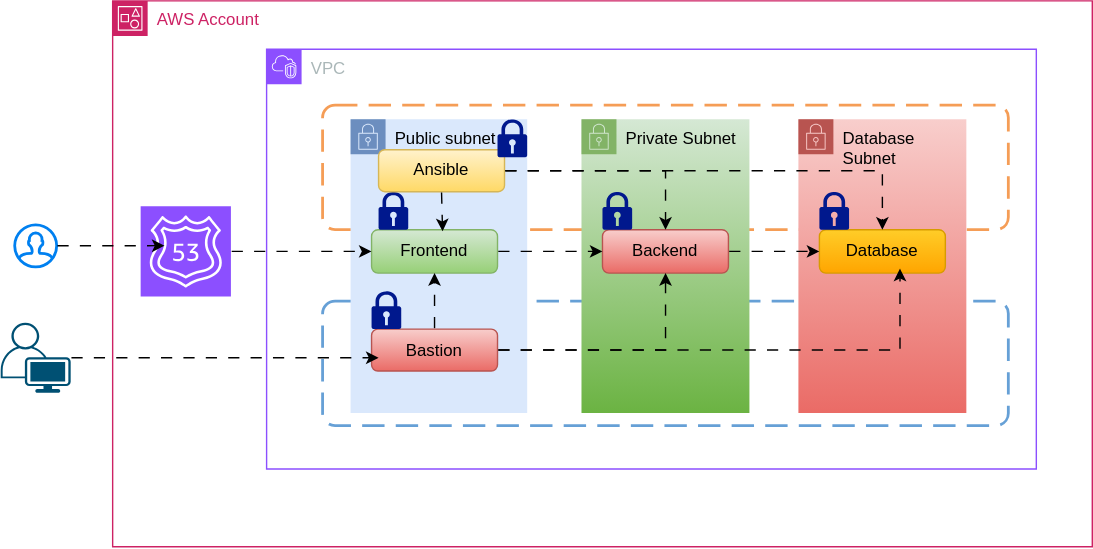
Above: 3-tier-vpc-sg.svg in cekhardevops/expense-infra-dev (draw.io), before the change. Source tidied: cells renumbered, new cells last; positions are measured from the earlier drawing's top-left corner, leaving out a move shared by most shapes. Its diagram source:
```xml
<mxGraphModel>
  <root>
    <mxCell id="0" />
    <mxCell id="1" parent="0" />
    <mxCell id="2" value="AWS Account" style="gradientColor=none;html=1;whiteSpace=wrap;fontSize=12;fontStyle=0;shape=mxgraph.aws4.group;grIcon=mxgraph.aws4.group_account;strokeColor=#CD2264;fillColor=none;verticalAlign=top;align=left;spacingLeft=30;fontColor=#CD2264;dashed=0;" parent="1" vertex="1">
      <mxGeometry x="80" width="700" height="390" as="geometry" />
    </mxCell>
    <mxCell id="3" style="sketch=0;points=[[0,0,0],[0.25,0,0],[0.5,0,0],[0.75,0,0],[1,0,0],[0,1,0],[0.25,1,0],[0.5,1,0],[0.75,1,0],[1,1,0],[0,0.25,0],[0,0.5,0],[0,0.75,0],[1,0.25,0],[1,0.5,0],[1,0.75,0]];outlineConnect=0;fontColor=#232F3E;fillColor=#8C4FFF;strokeColor=#ffffff;dashed=0;verticalLabelPosition=bottom;verticalAlign=top;align=center;html=1;fontSize=12;fontStyle=0;shape=mxgraph.aws4.resourceIcon;resIcon=mxgraph.aws4.route_53;" parent="2" vertex="1">
      <mxGeometry x="20" y="146.8" width="64.5" height="64.5" as="geometry" />
    </mxCell>
    <mxCell id="4" value="VPC" style="gradientColor=none;html=1;whiteSpace=wrap;fontSize=12;fontStyle=0;shape=mxgraph.aws4.group;grIcon=mxgraph.aws4.group_vpc2;strokeColor=#8C4FFF;fillColor=none;verticalAlign=top;align=left;spacingLeft=30;fontColor=#AAB7B8;dashed=0;" parent="2" vertex="1">
      <mxGeometry x="110" y="34.5" width="550" height="300" as="geometry" />
    </mxCell>
    <mxCell id="5" style="rounded=1;arcSize=10;dashed=1;strokeColor=#F59D56;fillColor=none;gradientColor=none;dashPattern=8 4;strokeWidth=2;" parent="4" vertex="1">
      <mxGeometry x="40" y="40" width="490" height="89" as="geometry" />
    </mxCell>
    <mxCell id="6" style="rounded=1;arcSize=10;dashed=1;strokeColor=#66a0d6;fillColor=none;gradientColor=none;dashPattern=8 4;strokeWidth=2;" parent="4" vertex="1">
      <mxGeometry x="40" y="180" width="490" height="89" as="geometry" />
    </mxCell>
    <mxCell id="7" value="Public subnet" style="html=1;whiteSpace=wrap;fontSize=12;fontStyle=0;shape=mxgraph.aws4.group;grIcon=mxgraph.aws4.group_security_group;grStroke=0;strokeColor=#6c8ebf;fillColor=#dae8fc;verticalAlign=top;align=left;spacingLeft=30;dashed=0;" parent="4" vertex="1">
      <mxGeometry x="60" y="50" width="126.2" height="210" as="geometry" />
    </mxCell>
    <mxCell id="8" value="Frontend" style="rounded=1;whiteSpace=wrap;html=1;fillColor=#d5e8d4;gradientColor=#97d077;strokeColor=#82b366;" parent="7" vertex="1">
      <mxGeometry x="15" y="79" width="90" height="31" as="geometry" />
    </mxCell>
    <mxCell id="9" style="sketch=0;shadow=0;dashed=0;html=1;strokeColor=none;labelPosition=center;verticalLabelPosition=bottom;verticalAlign=top;align=center;fillColor=#00188D;shape=mxgraph.mscae.enterprise.lock;" parent="7" vertex="1">
      <mxGeometry x="20" y="51.8" width="21.2" height="27.2" as="geometry" />
    </mxCell>
    <mxCell id="10" value="Ansible" style="rounded=1;whiteSpace=wrap;html=1;fillColor=#fff2cc;gradientColor=#ffd966;strokeColor=#d6b656;" parent="7" vertex="1">
      <mxGeometry x="20" y="21.8" width="90" height="30" as="geometry" />
    </mxCell>
    <mxCell id="11" style="sketch=0;shadow=0;dashed=0;html=1;strokeColor=none;labelPosition=center;verticalLabelPosition=bottom;verticalAlign=top;align=center;fillColor=#00188D;shape=mxgraph.mscae.enterprise.lock;" parent="7" vertex="1">
      <mxGeometry x="105" width="21.2" height="27.2" as="geometry" />
    </mxCell>
    <mxCell id="12" value="Private Subnet" style="html=1;whiteSpace=wrap;fontSize=12;fontStyle=0;shape=mxgraph.aws4.group;grIcon=mxgraph.aws4.group_security_group;grStroke=0;strokeColor=#82b366;fillColor=#d5e8d4;verticalAlign=top;align=left;spacingLeft=30;dashed=0;gradientColor=#6bb342;" parent="4" vertex="1">
      <mxGeometry x="225" y="50" width="120" height="210" as="geometry" />
    </mxCell>
    <mxCell id="13" value="Backend" style="rounded=1;whiteSpace=wrap;html=1;fillColor=#f8cecc;gradientColor=#ea6b66;strokeColor=#b85450;" parent="12" vertex="1">
      <mxGeometry x="15" y="79" width="90" height="31" as="geometry" />
    </mxCell>
    <mxCell id="14" style="sketch=0;shadow=0;dashed=0;html=1;strokeColor=none;labelPosition=center;verticalLabelPosition=bottom;verticalAlign=top;align=center;fillColor=#00188D;shape=mxgraph.mscae.enterprise.lock;" parent="12" vertex="1">
      <mxGeometry x="15" y="51.8" width="21.2" height="27.2" as="geometry" />
    </mxCell>
    <mxCell id="15" value="Database Subnet" style="html=1;whiteSpace=wrap;fontSize=12;fontStyle=0;shape=mxgraph.aws4.group;grIcon=mxgraph.aws4.group_security_group;grStroke=0;strokeColor=#b85450;fillColor=#f8cecc;verticalAlign=top;align=left;spacingLeft=30;dashed=0;gradientColor=#ea6b66;" parent="4" vertex="1">
      <mxGeometry x="380" y="50" width="120" height="210" as="geometry" />
    </mxCell>
    <mxCell id="16" value="Database" style="rounded=1;whiteSpace=wrap;html=1;fillColor=#ffcd28;gradientColor=#ffa500;strokeColor=#d79b00;" parent="15" vertex="1">
      <mxGeometry x="15" y="79" width="90" height="31" as="geometry" />
    </mxCell>
    <mxCell id="17" style="sketch=0;shadow=0;dashed=0;html=1;strokeColor=none;labelPosition=center;verticalLabelPosition=bottom;verticalAlign=top;align=center;fillColor=#00188D;shape=mxgraph.mscae.enterprise.lock;" parent="15" vertex="1">
      <mxGeometry x="15" y="51.8" width="21.2" height="27.2" as="geometry" />
    </mxCell>
    <mxCell id="18" style="edgeStyle=orthogonalEdgeStyle;rounded=0;jettySize=auto;html=1;flowAnimation=1;" parent="4" edge="1" source="8" target="13">
      <mxGeometry relative="1" as="geometry" />
    </mxCell>
    <mxCell id="19" style="edgeStyle=orthogonalEdgeStyle;rounded=0;jettySize=auto;html=1;flowAnimation=1;" parent="4" edge="1" source="13" target="16">
      <mxGeometry relative="1" as="geometry" />
    </mxCell>
    <mxCell id="20" style="edgeStyle=orthogonalEdgeStyle;rounded=0;jettySize=auto;html=1;flowAnimation=1;" parent="4" edge="1" source="22" target="8">
      <mxGeometry relative="1" as="geometry" />
    </mxCell>
    <mxCell id="21" style="edgeStyle=orthogonalEdgeStyle;rounded=0;jettySize=auto;html=1;flowAnimation=1;" parent="4" edge="1" source="22" target="13">
      <mxGeometry relative="1" as="geometry" />
    </mxCell>
    <mxCell id="22" value="Bastion" style="rounded=1;whiteSpace=wrap;html=1;fillColor=#f8cecc;gradientColor=#ea6b66;strokeColor=#b85450;" parent="4" vertex="1">
      <mxGeometry x="75" y="200" width="90" height="30" as="geometry" />
    </mxCell>
    <mxCell id="23" style="edgeStyle=orthogonalEdgeStyle;rounded=0;jettySize=auto;html=1;entryX=0.64;entryY=0.897;entryDx=0;entryDy=0;entryPerimeter=0;flowAnimation=1;" parent="4" edge="1" source="22" target="16">
      <mxGeometry relative="1" as="geometry" />
    </mxCell>
    <mxCell id="24" style="sketch=0;shadow=0;dashed=0;html=1;strokeColor=none;labelPosition=center;verticalLabelPosition=bottom;verticalAlign=top;align=center;fillColor=#00188D;shape=mxgraph.mscae.enterprise.lock;" parent="4" vertex="1">
      <mxGeometry x="75" y="172.8" width="21.2" height="27.2" as="geometry" />
    </mxCell>
    <mxCell id="25" style="edgeStyle=orthogonalEdgeStyle;rounded=0;jettySize=auto;html=1;entryX=0.5;entryY=0;entryDx=0;entryDy=0;flowAnimation=1;" parent="4" edge="1" source="10" target="16">
      <mxGeometry relative="1" as="geometry" />
    </mxCell>
    <mxCell id="26" style="edgeStyle=orthogonalEdgeStyle;rounded=0;jettySize=auto;html=1;flowAnimation=1;" parent="4" edge="1" source="10" target="13">
      <mxGeometry relative="1" as="geometry" />
    </mxCell>
    <mxCell id="27" style="edgeStyle=orthogonalEdgeStyle;rounded=0;jettySize=auto;html=1;exitX=0.5;exitY=1;exitDx=0;exitDy=0;entryX=0.175;entryY=1.013;entryDx=0;entryDy=0;entryPerimeter=0;flowAnimation=1;" parent="4" edge="1" source="10" target="5">
      <mxGeometry relative="1" as="geometry" />
    </mxCell>
    <mxCell id="28" style="edgeStyle=orthogonalEdgeStyle;rounded=0;jettySize=auto;html=1;entryX=0;entryY=0.5;entryDx=0;entryDy=0;flowAnimation=1;" parent="2" edge="1" source="3" target="8">
      <mxGeometry relative="1" as="geometry" />
    </mxCell>
    <mxCell id="29" style="points=[[0.35,0,0],[0.98,0.51,0],[1,0.71,0],[0.67,1,0],[0,0.795,0],[0,0.65,0]];verticalLabelPosition=bottom;sketch=0;html=1;verticalAlign=top;align=center;shape=mxgraph.cisco19.user;fillColor=#005073;strokeColor=none;" parent="1" vertex="1">
      <mxGeometry y="230" width="50" height="50" as="geometry" />
    </mxCell>
    <mxCell id="30" style="edgeStyle=orthogonalEdgeStyle;rounded=0;jettySize=auto;html=1;flowAnimation=1;" parent="1" edge="1" source="29">
      <mxGeometry relative="1" as="geometry">
        <mxPoint x="270" y="255" as="targetPoint" />
      </mxGeometry>
    </mxCell>
    <mxCell id="31" style="html=1;verticalLabelPosition=bottom;align=center;labelBackgroundColor=#ffffff;verticalAlign=top;strokeWidth=2;strokeColor=#0080F0;shadow=0;dashed=0;shape=mxgraph.ios7.icons.user;" parent="1" vertex="1">
      <mxGeometry x="10" y="160" width="30" height="30" as="geometry" />
    </mxCell>
    <mxCell id="32" style="edgeStyle=orthogonalEdgeStyle;rounded=0;jettySize=auto;html=1;entryX=0.265;entryY=0.436;entryDx=0;entryDy=0;entryPerimeter=0;flowAnimation=1;" parent="1" edge="1" source="31" target="3">
      <mxGeometry relative="1" as="geometry" />
    </mxCell>
  </root>
</mxGraphModel>
```
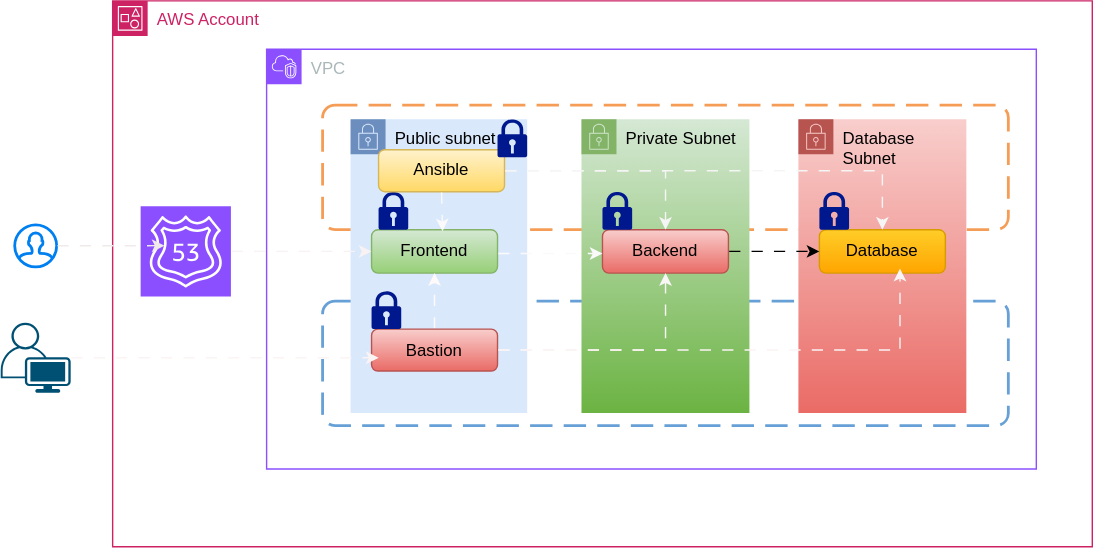
After the change.

Commit message:
terraform aws VPC customized

Diff of the diagram source:
```diff
@@ -50,43 +50,48 @@
     <mxCell id="17" style="sketch=0;shadow=0;dashed=0;html=1;strokeColor=none;labelPosition=center;verticalLabelPosition=bottom;verticalAlign=top;align=center;fillColor=#00188D;shape=mxgraph.mscae.enterprise.lock;" parent="15" vertex="1">
       <mxGeometry x="15" y="51.8" width="21.2" height="27.2" as="geometry" />
     </mxCell>
-    <mxCell id="18" style="edgeStyle=orthogonalEdgeStyle;rounded=0;jettySize=auto;html=1;flowAnimation=1;" parent="4" edge="1" source="8" target="13">
-      <mxGeometry relative="1" as="geometry" />
+    <mxCell id="18" style="edgeStyle=orthogonalEdgeStyle;rounded=0;jettySize=auto;html=1;flowAnimation=1;strokeColor=#FAFAFA;" parent="4" edge="1" source="8" target="13">
+      <mxGeometry relative="1" as="geometry">
+        <Array as="points">
+          <mxPoint x="210" y="146" />
+          <mxPoint x="210" y="146" />
+        </Array>
+      </mxGeometry>
     </mxCell>
     <mxCell id="19" style="edgeStyle=orthogonalEdgeStyle;rounded=0;jettySize=auto;html=1;flowAnimation=1;" parent="4" edge="1" source="13" target="16">
       <mxGeometry relative="1" as="geometry" />
     </mxCell>
-    <mxCell id="20" style="edgeStyle=orthogonalEdgeStyle;rounded=0;jettySize=auto;html=1;flowAnimation=1;" parent="4" edge="1" source="22" target="8">
+    <mxCell id="20" style="edgeStyle=orthogonalEdgeStyle;rounded=0;jettySize=auto;html=1;flowAnimation=1;strokeColor=#fffafa;" parent="4" edge="1" source="22" target="8">
       <mxGeometry relative="1" as="geometry" />
     </mxCell>
-    <mxCell id="21" style="edgeStyle=orthogonalEdgeStyle;rounded=0;jettySize=auto;html=1;flowAnimation=1;" parent="4" edge="1" source="22" target="13">
+    <mxCell id="21" style="edgeStyle=orthogonalEdgeStyle;rounded=0;jettySize=auto;html=1;flowAnimation=1;strokeColor=#f9f6f6;" parent="4" edge="1" source="22" target="13">
       <mxGeometry relative="1" as="geometry" />
     </mxCell>
     <mxCell id="22" value="Bastion" style="rounded=1;whiteSpace=wrap;html=1;fillColor=#f8cecc;gradientColor=#ea6b66;strokeColor=#b85450;" parent="4" vertex="1">
       <mxGeometry x="75" y="200" width="90" height="30" as="geometry" />
     </mxCell>
-    <mxCell id="23" style="edgeStyle=orthogonalEdgeStyle;rounded=0;jettySize=auto;html=1;entryX=0.64;entryY=0.897;entryDx=0;entryDy=0;entryPerimeter=0;flowAnimation=1;" parent="4" edge="1" source="22" target="16">
+    <mxCell id="23" style="edgeStyle=orthogonalEdgeStyle;rounded=0;jettySize=auto;html=1;entryX=0.64;entryY=0.897;entryDx=0;entryDy=0;entryPerimeter=0;flowAnimation=1;strokeColor=#fbf4f4;" parent="4" edge="1" source="22" target="16">
       <mxGeometry relative="1" as="geometry" />
     </mxCell>
     <mxCell id="24" style="sketch=0;shadow=0;dashed=0;html=1;strokeColor=none;labelPosition=center;verticalLabelPosition=bottom;verticalAlign=top;align=center;fillColor=#00188D;shape=mxgraph.mscae.enterprise.lock;" parent="4" vertex="1">
       <mxGeometry x="75" y="172.8" width="21.2" height="27.2" as="geometry" />
     </mxCell>
-    <mxCell id="25" style="edgeStyle=orthogonalEdgeStyle;rounded=0;jettySize=auto;html=1;entryX=0.5;entryY=0;entryDx=0;entryDy=0;flowAnimation=1;" parent="4" edge="1" source="10" target="16">
+    <mxCell id="25" style="edgeStyle=orthogonalEdgeStyle;rounded=0;jettySize=auto;html=1;entryX=0.5;entryY=0;entryDx=0;entryDy=0;flowAnimation=1;strokeColor=#f5f5f5;" parent="4" edge="1" source="10" target="16">
       <mxGeometry relative="1" as="geometry" />
     </mxCell>
-    <mxCell id="26" style="edgeStyle=orthogonalEdgeStyle;rounded=0;jettySize=auto;html=1;flowAnimation=1;" parent="4" edge="1" source="10" target="13">
+    <mxCell id="26" style="edgeStyle=orthogonalEdgeStyle;rounded=0;jettySize=auto;html=1;flowAnimation=1;strokeColor=#F5F5F5;" parent="4" edge="1" source="10" target="13">
       <mxGeometry relative="1" as="geometry" />
     </mxCell>
-    <mxCell id="27" style="edgeStyle=orthogonalEdgeStyle;rounded=0;jettySize=auto;html=1;exitX=0.5;exitY=1;exitDx=0;exitDy=0;entryX=0.175;entryY=1.013;entryDx=0;entryDy=0;entryPerimeter=0;flowAnimation=1;" parent="4" edge="1" source="10" target="5">
+    <mxCell id="27" style="edgeStyle=orthogonalEdgeStyle;rounded=0;jettySize=auto;html=1;exitX=0.5;exitY=1;exitDx=0;exitDy=0;entryX=0.175;entryY=1.013;entryDx=0;entryDy=0;entryPerimeter=0;flowAnimation=1;strokeColor=#fafafa;" parent="4" edge="1" source="10" target="5">
       <mxGeometry relative="1" as="geometry" />
     </mxCell>
-    <mxCell id="28" style="edgeStyle=orthogonalEdgeStyle;rounded=0;jettySize=auto;html=1;entryX=0;entryY=0.5;entryDx=0;entryDy=0;flowAnimation=1;" parent="2" edge="1" source="3" target="8">
+    <mxCell id="28" style="edgeStyle=orthogonalEdgeStyle;rounded=0;jettySize=auto;html=1;entryX=0;entryY=0.5;entryDx=0;entryDy=0;flowAnimation=1;strokeColor=#f8f2f2;" parent="2" edge="1" source="3" target="8">
       <mxGeometry relative="1" as="geometry" />
     </mxCell>
     <mxCell id="29" style="points=[[0.35,0,0],[0.98,0.51,0],[1,0.71,0],[0.67,1,0],[0,0.795,0],[0,0.65,0]];verticalLabelPosition=bottom;sketch=0;html=1;verticalAlign=top;align=center;shape=mxgraph.cisco19.user;fillColor=#005073;strokeColor=none;" parent="1" vertex="1">
       <mxGeometry y="230" width="50" height="50" as="geometry" />
     </mxCell>
-    <mxCell id="30" style="edgeStyle=orthogonalEdgeStyle;rounded=0;jettySize=auto;html=1;flowAnimation=1;" parent="1" edge="1" source="29">
+    <mxCell id="30" style="edgeStyle=orthogonalEdgeStyle;rounded=0;jettySize=auto;html=1;flowAnimation=1;strokeColor=#fbf4f4;" parent="1" edge="1" source="29">
       <mxGeometry relative="1" as="geometry">
         <mxPoint x="270" y="255" as="targetPoint" />
       </mxGeometry>
@@ -94,7 +99,7 @@
     <mxCell id="31" style="html=1;verticalLabelPosition=bottom;align=center;labelBackgroundColor=#ffffff;verticalAlign=top;strokeWidth=2;strokeColor=#0080F0;shadow=0;dashed=0;shape=mxgraph.ios7.icons.user;" parent="1" vertex="1">
       <mxGeometry x="10" y="160" width="30" height="30" as="geometry" />
     </mxCell>
-    <mxCell id="32" style="edgeStyle=orthogonalEdgeStyle;rounded=0;jettySize=auto;html=1;entryX=0.265;entryY=0.436;entryDx=0;entryDy=0;entryPerimeter=0;flowAnimation=1;" parent="1" edge="1" source="31" target="3">
+    <mxCell id="32" style="edgeStyle=orthogonalEdgeStyle;rounded=0;jettySize=auto;html=1;entryX=0.265;entryY=0.436;entryDx=0;entryDy=0;entryPerimeter=0;flowAnimation=1;strokeColor=#f0eaea;" parent="1" edge="1" source="31" target="3">
       <mxGeometry relative="1" as="geometry" />
     </mxCell>
   </root>
```
